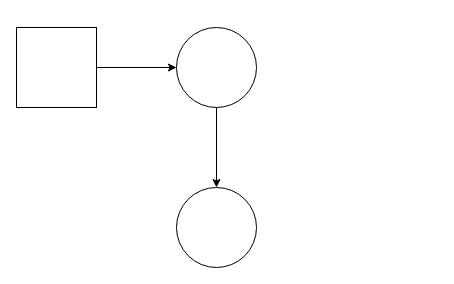
The draw.io diagram hello.drawio in aldalee/draw.io, before the edit. Source tidied: cells renumbered, new cells numbered last; positions are measured from the earlier drawing's top-left corner, leaving out a move shared by most shapes. Both pictures are drawn from the tidied source at 100%, with x=0, y=0 at pixel (16, 27).
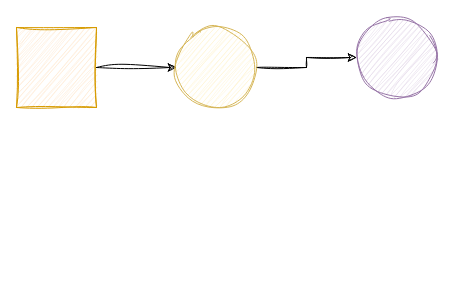
Above is the later version.

Diff of the diagram source:
```diff
@@
 <mxGraphModel>
   <root>
     <mxCell id="0" />
     <mxCell id="1" parent="0" />
-    <mxCell id="2" style="edgeStyle=orthogonalEdgeStyle;rounded=0;jettySize=auto;html=1;" parent="1" edge="1" source="3" target="5">
+    <mxCell id="2" style="edgeStyle=orthogonalEdgeStyle;rounded=0;jettySize=auto;html=1;sketch=1;curveFitting=1;jiggle=2;" parent="1" edge="1" source="3" target="5">
       <mxGeometry relative="1" as="geometry" />
     </mxCell>
-    <mxCell id="3" style="whiteSpace=wrap;html=1;" parent="1" vertex="1">
+    <mxCell id="3" style="whiteSpace=wrap;html=1;sketch=1;curveFitting=1;jiggle=2;fillColor=#ffe6cc;strokeColor=#d79b00;" parent="1" vertex="1">
       <mxGeometry width="80" height="80" as="geometry" />
     </mxCell>
-    <mxCell id="4" style="edgeStyle=orthogonalEdgeStyle;rounded=0;jettySize=auto;html=1;" parent="1" edge="1" source="5" target="6">
+    <mxCell id="4" style="edgeStyle=orthogonalEdgeStyle;rounded=0;jettySize=auto;html=1;sketch=1;curveFitting=1;jiggle=2;" parent="1" edge="1" source="5" target="6">
       <mxGeometry relative="1" as="geometry" />
     </mxCell>
-    <mxCell id="5" style="ellipse;whiteSpace=wrap;html=1;" parent="1" vertex="1">
+    <mxCell id="5" style="ellipse;whiteSpace=wrap;html=1;sketch=1;curveFitting=1;jiggle=2;fillColor=#fff2cc;strokeColor=#d6b656;" parent="1" vertex="1">
       <mxGeometry x="160" width="80" height="80" as="geometry" />
     </mxCell>
-    <mxCell id="6" style="ellipse;whiteSpace=wrap;html=1;" parent="1" vertex="1">
-      <mxGeometry x="160" y="160" width="80" height="80" as="geometry" />
+    <mxCell id="6" style="ellipse;whiteSpace=wrap;html=1;sketch=1;curveFitting=1;jiggle=2;fillColor=#e1d5e7;strokeColor=#9673a6;" parent="1" vertex="1">
+      <mxGeometry x="340" y="-10" width="80" height="80" as="geometry" />
     </mxCell>
   </root>
 </mxGraphModel>
```
